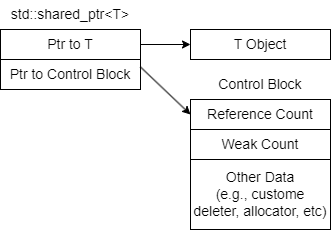
This is cpp/pics/shared.drawio.png from zhaoyan/dev_doc, a draw.io export, as it was before one commit. Source tidied: cells renumbered, new cells last; positions are measured from the earlier drawing's top-left corner, leaving out a move shared by most shapes. Source of this version:
```xml
<mxGraphModel>
  <root>
    <mxCell id="0" />
    <mxCell id="1" parent="0" />
    <mxCell id="2" value="Ptr to T" style="rounded=0;whiteSpace=wrap;html=1;fontSize=14;" parent="1" vertex="1">
      <mxGeometry y="30" width="140" height="30" as="geometry" />
    </mxCell>
    <mxCell id="3" value="Ptr to Control Block" style="rounded=0;whiteSpace=wrap;html=1;fontSize=14;" parent="1" vertex="1">
      <mxGeometry y="60" width="140" height="30" as="geometry" />
    </mxCell>
    <mxCell id="4" value="T Object" style="rounded=0;whiteSpace=wrap;html=1;fontSize=14;" parent="1" vertex="1">
      <mxGeometry x="190" y="30" width="140" height="30" as="geometry" />
    </mxCell>
    <mxCell id="5" value="std::shared_ptr&amp;lt;T&amp;gt;" style="text;html=1;align=center;verticalAlign=middle;whiteSpace=wrap;rounded=0;fontSize=14;" parent="1" vertex="1">
      <mxGeometry width="140" height="30" as="geometry" />
    </mxCell>
    <mxCell id="6" value="Control Block" style="text;html=1;align=center;verticalAlign=middle;whiteSpace=wrap;rounded=0;fontSize=14;" parent="1" vertex="1">
      <mxGeometry x="190" y="70" width="140" height="30" as="geometry" />
    </mxCell>
    <mxCell id="7" value="Reference Count" style="rounded=0;whiteSpace=wrap;html=1;fontSize=14;" parent="1" vertex="1">
      <mxGeometry x="190" y="100" width="140" height="30" as="geometry" />
    </mxCell>
    <mxCell id="8" value="Weak Count" style="rounded=0;whiteSpace=wrap;html=1;fontSize=14;" parent="1" vertex="1">
      <mxGeometry x="190" y="130" width="140" height="30" as="geometry" />
    </mxCell>
    <mxCell id="9" value="Other Data&lt;div&gt;(e.g., custome deleter, allocator, etc)&lt;/div&gt;" style="rounded=0;whiteSpace=wrap;html=1;fontSize=14;" parent="1" vertex="1">
      <mxGeometry x="190" y="160" width="140" height="70" as="geometry" />
    </mxCell>
    <mxCell id="10" style="endArrow=classic;html=1;rounded=0;exitX=1;exitY=0.5;exitDx=0;exitDy=0;entryX=0;entryY=0.5;entryDx=0;entryDy=0;" parent="1" edge="1" source="2" target="4">
      <mxGeometry relative="1" as="geometry" />
    </mxCell>
    <mxCell id="11" style="endArrow=classic;html=1;rounded=0;exitX=1;exitY=0.25;exitDx=0;exitDy=0;entryX=0;entryY=0.5;entryDx=0;entryDy=0;" parent="1" edge="1" source="3" target="7">
      <mxGeometry relative="1" as="geometry" />
    </mxCell>
  </root>
</mxGraphModel>
```
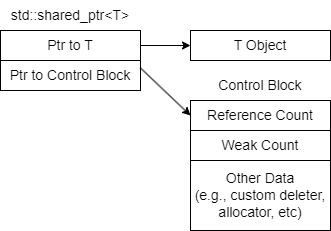
After the commit.

Change to the diagram source:
```diff
@@ -23,7 +23,7 @@
     <mxCell id="8" value="Weak Count" style="rounded=0;whiteSpace=wrap;html=1;fontSize=14;" parent="1" vertex="1">
       <mxGeometry x="190" y="130" width="140" height="30" as="geometry" />
     </mxCell>
-    <mxCell id="9" value="Other Data&lt;div&gt;(e.g., custome deleter, allocator, etc)&lt;/div&gt;" style="rounded=0;whiteSpace=wrap;html=1;fontSize=14;" parent="1" vertex="1">
+    <mxCell id="9" value="Other Data&lt;div&gt;(e.g., custom deleter, allocator, etc)&lt;/div&gt;" style="rounded=0;whiteSpace=wrap;html=1;fontSize=14;" parent="1" vertex="1">
       <mxGeometry x="190" y="160" width="140" height="70" as="geometry" />
     </mxCell>
     <mxCell id="10" style="endArrow=classic;html=1;rounded=0;exitX=1;exitY=0.5;exitDx=0;exitDy=0;entryX=0;entryY=0.5;entryDx=0;entryDy=0;" parent="1" edge="1" source="2" target="4">
```
